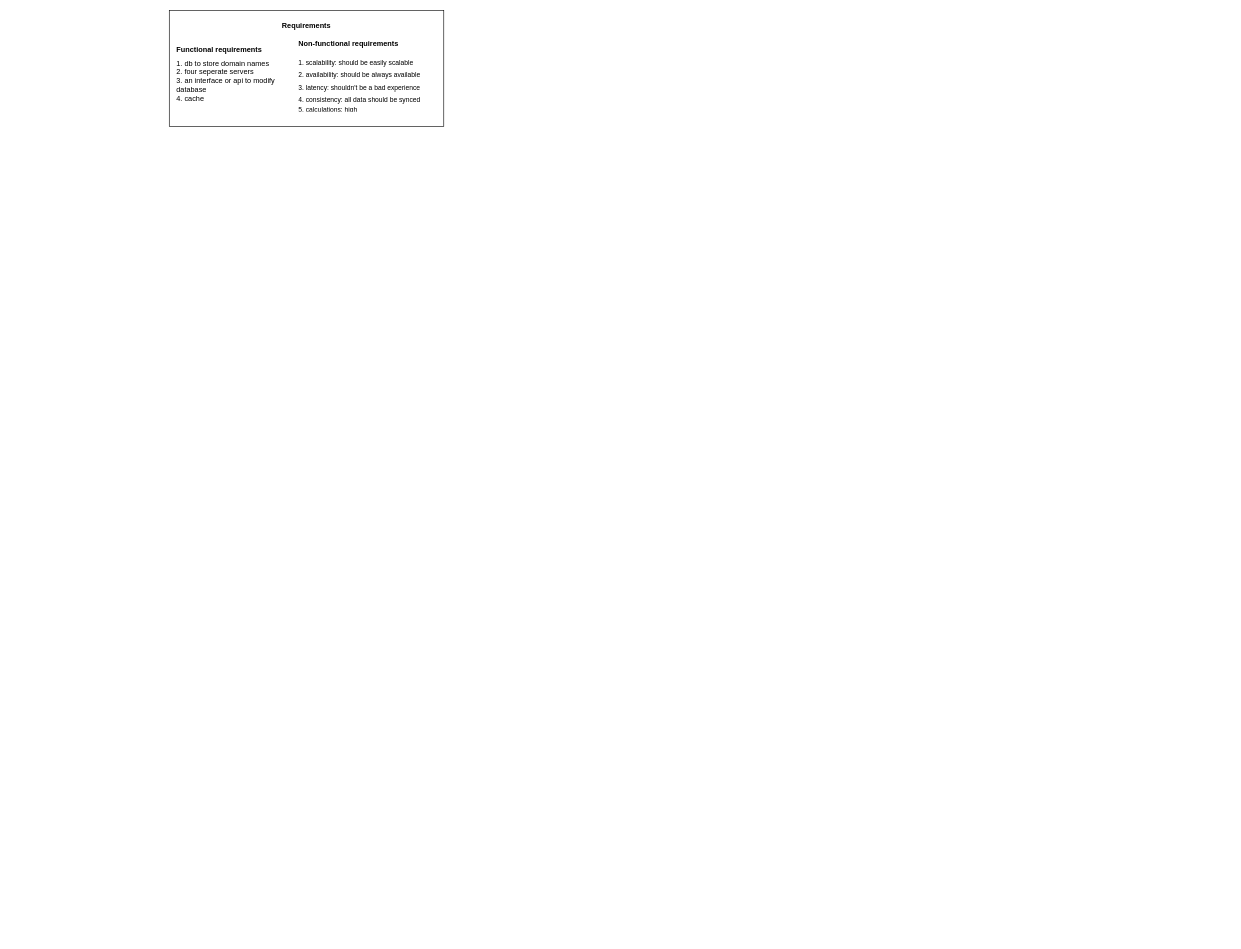
Above: page "high-level" (1 of 2) of ainaa.drawio in ahmed-elbehairy7/mafazaa-system-design (draw.io), before the change. Source tidied: cells renumbered, new cells numbered last; positions are measured from the earlier drawing's top-left corner, leaving out a move shared by most shapes. Both pictures are drawn from the tidied source at 61%, with x=0, y=0 at pixel (169, 10).
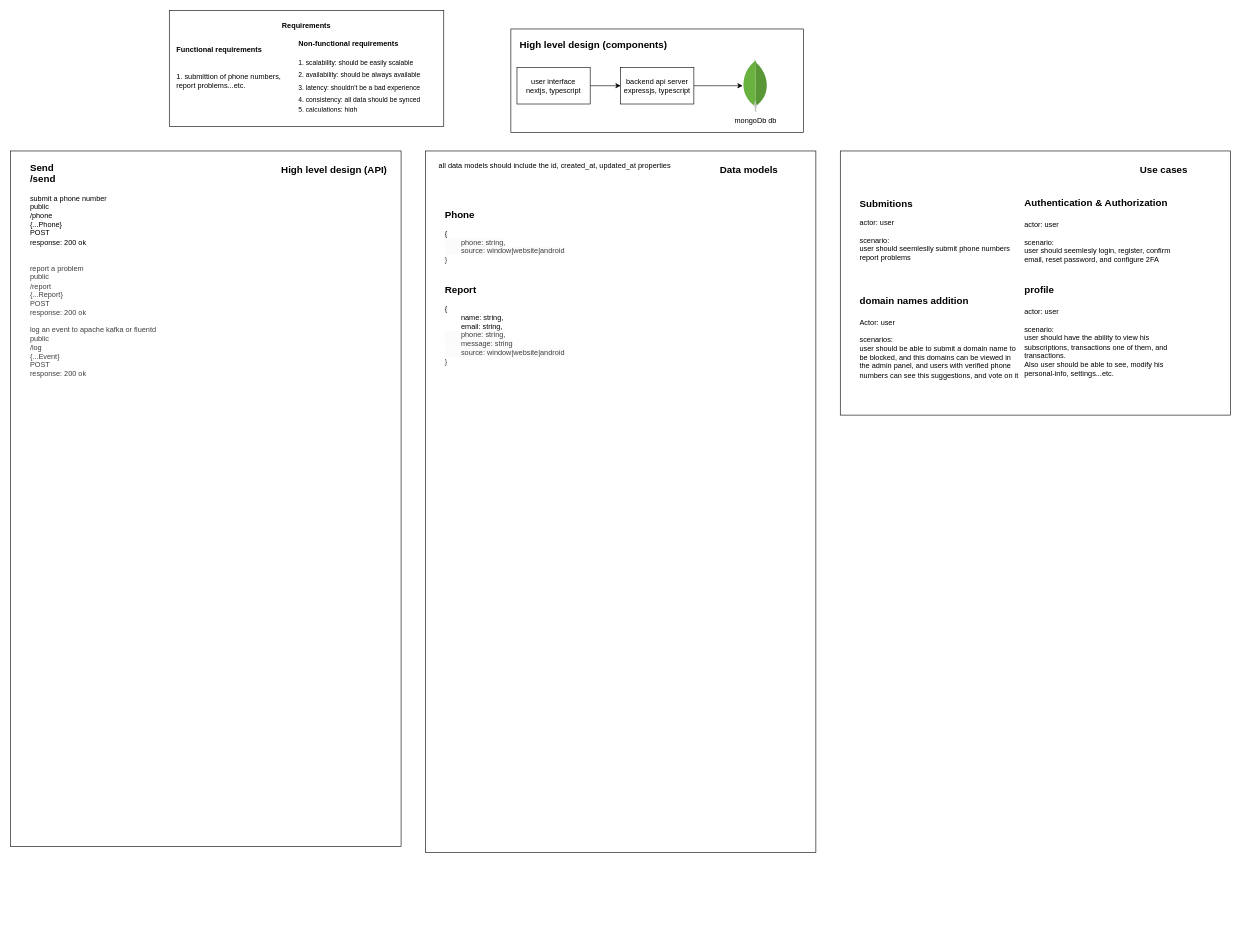
The same diagram, later.

The change refers to these unchanged cells:
```xml
<mxCell id="2" style="group;" parent="1" vertex="1">
  <mxGeometry width="450" height="190" as="geometry" />
</mxCell>
```

Change to the diagram source:
```diff
@@
-    <mxCell id="5" value="1. db to store domain names&lt;br&gt;2. four seperate servers&lt;div&gt;3. an interface or api to modify database&lt;br&gt;&lt;div&gt;4. cache&lt;/div&gt;&lt;/div&gt;" style="text;html=1;align=left;verticalAlign=middle;whiteSpace=wrap;rounded=0;fontSize=12;" parent="2" vertex="1">
+    <mxCell id="5" value="1. submittion of phone numbers, report problems...etc." style="text;html=1;align=left;verticalAlign=middle;whiteSpace=wrap;rounded=0;fontSize=12;" parent="2" vertex="1">
       <mxGeometry x="10" y="80" width="180" height="70" as="geometry" />
     </mxCell>
@@
+    <mxCell id="8" style="group;" parent="1" vertex="1">
+      <mxGeometry x="560" y="30" width="480" height="170" as="geometry" />
+    </mxCell>
+    <mxCell id="9" style="whiteSpace=wrap;html=1;fontSize=11;" parent="8" vertex="1">
+      <mxGeometry width="480" height="170" as="geometry" />
+    </mxCell>
+    <mxCell id="10" style="edgeStyle=orthogonalEdgeStyle;rounded=0;jettySize=auto;html=1;exitX=1;exitY=0.5;exitDx=0;exitDy=0;entryX=0;entryY=0.5;entryDx=0;entryDy=0;" parent="8" edge="1" source="11" target="13">
+      <mxGeometry relative="1" as="geometry" />
+    </mxCell>
+    <mxCell id="11" value="user interface&lt;div&gt;nextjs, typescript&lt;/div&gt;" style="rounded=0;whiteSpace=wrap;html=1;" parent="8" vertex="1">
+      <mxGeometry x="10" y="63" width="120" height="60" as="geometry" />
+    </mxCell>
+    <mxCell id="12" style="edgeStyle=orthogonalEdgeStyle;rounded=0;jettySize=auto;html=1;exitX=1;exitY=0.5;exitDx=0;exitDy=0;" parent="8" edge="1" source="13" target="14">
+      <mxGeometry relative="1" as="geometry" />
+    </mxCell>
+    <mxCell id="13" value="backend api server&lt;div&gt;expressjs, typescript&lt;/div&gt;" style="rounded=0;whiteSpace=wrap;html=1;" parent="8" vertex="1">
+      <mxGeometry x="180" y="63" width="120" height="60" as="geometry" />
+    </mxCell>
+    <mxCell id="14" value="mongoDb db" style="dashed=0;outlineConnect=0;html=1;align=center;labelPosition=center;verticalLabelPosition=bottom;verticalAlign=top;shape=mxgraph.weblogos.mongodb;" parent="8" vertex="1">
+      <mxGeometry x="380" y="50" width="41.2" height="86.2" as="geometry" />
+    </mxCell>
+    <mxCell id="15" value="&lt;font style=&quot;font-size: 16px;&quot;&gt;&lt;b&gt;High level design (components)&lt;/b&gt;&lt;/font&gt;" style="text;html=1;align=center;verticalAlign=middle;strokeColor=none;fillColor=none;" parent="8" vertex="1">
+      <mxGeometry y="10" width="270" height="30" as="geometry" />
+    </mxCell>
+    <mxCell id="16" style="group;" parent="1" vertex="1">
+      <mxGeometry x="-260" y="230" width="640" height="1140" as="geometry" />
+    </mxCell>
+    <mxCell id="17" style="whiteSpace=wrap;html=1;fontSize=11;" parent="16" vertex="1">
+      <mxGeometry width="640" height="1140" as="geometry" />
+    </mxCell>
+    <mxCell id="18" value="&lt;div&gt;&lt;span style=&quot;font-size: 16px;&quot;&gt;&lt;b&gt;Send&lt;/b&gt;&lt;/span&gt;&lt;/div&gt;&lt;font style=&quot;font-size: 16px;&quot;&gt;&lt;b&gt;/send&lt;/b&gt;&lt;/font&gt;&lt;div&gt;&lt;br&gt;&lt;/div&gt;&lt;div&gt;submit a phone number&lt;/div&gt;&lt;div&gt;public&lt;/div&gt;&lt;div&gt;/phone&lt;br&gt;{...Phone}&lt;/div&gt;&lt;div&gt;POST&lt;/div&gt;&lt;div&gt;response: 200 ok&lt;/div&gt;&lt;div&gt;&lt;br&gt;&lt;/div&gt;&lt;div&gt;&lt;br&gt;&lt;/div&gt;&lt;div&gt;&lt;div style=&quot;color: rgb(63, 63, 63); scrollbar-color: rgb(226, 226, 226) rgb(251, 251, 251);&quot;&gt;&lt;span style=&quot;color: rgb(63, 63, 63); background-color: transparent;&quot;&gt;report a problem&lt;br&gt;public&lt;/span&gt;&lt;/div&gt;&lt;div style=&quot;color: rgb(63, 63, 63); scrollbar-color: rgb(226, 226, 226) rgb(251, 251, 251);&quot;&gt;/report&lt;br style=&quot;color: rgb(63, 63, 63); scrollbar-color: rgb(226, 226, 226) rgb(251, 251, 251);&quot;&gt;{...Report}&lt;/div&gt;&lt;div style=&quot;color: rgb(63, 63, 63); scrollbar-color: rgb(226, 226, 226) rgb(251, 251, 251);&quot;&gt;POST&lt;/div&gt;&lt;div style=&quot;color: rgb(63, 63, 63); scrollbar-color: rgb(226, 226, 226) rgb(251, 251, 251);&quot;&gt;response: 200 ok&lt;br&gt;&lt;br&gt;&lt;div style=&quot;color: rgb(63, 63, 63); scrollbar-color: rgb(226, 226, 226) rgb(251, 251, 251);&quot;&gt;log an event to apache kafka or fluentd&lt;/div&gt;&lt;div style=&quot;color: rgb(63, 63, 63); scrollbar-color: rgb(226, 226, 226) rgb(251, 251, 251);&quot;&gt;public&lt;/div&gt;&lt;div style=&quot;color: rgb(63, 63, 63); scrollbar-color: rgb(226, 226, 226) rgb(251, 251, 251);&quot;&gt;/log&lt;br style=&quot;color: rgb(63, 63, 63); scrollbar-color: rgb(226, 226, 226) rgb(251, 251, 251);&quot;&gt;{...Event}&lt;/div&gt;&lt;div style=&quot;color: rgb(63, 63, 63); scrollbar-color: rgb(226, 226, 226) rgb(251, 251, 251);&quot;&gt;POST&lt;/div&gt;&lt;div style=&quot;color: rgb(63, 63, 63); scrollbar-color: rgb(226, 226, 226) rgb(251, 251, 251);&quot;&gt;response: 200 ok&lt;/div&gt;&lt;/div&gt;&lt;/div&gt;" style="text;html=1;align=left;verticalAlign=middle;strokeColor=none;fillColor=none;" parent="16" vertex="1">
+      <mxGeometry x="30" y="10" width="230" height="370" as="geometry" />
+    </mxCell>
+    <mxCell id="19" value="&lt;font style=&quot;font-size: 16px;&quot;&gt;&lt;b&gt;High level design (API)&lt;/b&gt;&lt;/font&gt;" style="text;html=1;align=center;verticalAlign=middle;strokeColor=none;fillColor=none;" parent="16" vertex="1">
+      <mxGeometry x="430" y="15.3" width="200" height="30" as="geometry" />
+    </mxCell>
+    <mxCell id="20" style="group;" parent="1" vertex="1">
+      <mxGeometry x="420" y="230" width="640" height="1290" as="geometry" />
+    </mxCell>
+    <mxCell id="21" style="whiteSpace=wrap;html=1;fontSize=11;" parent="20" vertex="1">
+      <mxGeometry width="640" height="1150" as="geometry" />
+    </mxCell>
+    <mxCell id="22" value="&lt;div&gt;&lt;b style=&quot;font-size: 16px; color: light-dark(rgb(0, 0, 0), rgb(255, 255, 255)); background-color: light-dark(#ffffff, var(--ge-dark-color, #121212));&quot;&gt;Phone&lt;/b&gt;&lt;/div&gt;&lt;div&gt;&lt;span style=&quot;background-color: light-dark(#ffffff, var(--ge-dark-color, #121212));&quot;&gt;&lt;br&gt;&lt;/span&gt;&lt;/div&gt;&lt;div&gt;&lt;span style=&quot;background-color: light-dark(#ffffff, var(--ge-dark-color, #121212));&quot;&gt;{&lt;/span&gt;&lt;/div&gt;&lt;div&gt;&lt;span style=&quot;color: rgb(63, 63, 63);&quot;&gt;&lt;span style=&quot;background-color: rgb(251, 251, 251);&quot;&gt;&lt;span style=&quot;white-space: pre;&quot;&gt;&#9;&lt;/span&gt;phone: string,&lt;/span&gt;&lt;/span&gt;&lt;/div&gt;&lt;div&gt;&lt;span style=&quot;color: rgb(63, 63, 63);&quot;&gt;&lt;span style=&quot;background-color: rgb(251, 251, 251);&quot;&gt;&lt;span style=&quot;white-space: pre;&quot;&gt;&#9;&lt;/span&gt;source: window|website|android&lt;br&gt;&lt;/span&gt;}&lt;/span&gt;&lt;/div&gt;" style="text;html=1;align=left;verticalAlign=middle;strokeColor=none;fillColor=none;" parent="20" vertex="1">
+      <mxGeometry x="30" y="90" width="220" height="100" as="geometry" />
+    </mxCell>
+    <mxCell id="23" value="&lt;font style=&quot;font-size: 16px;&quot;&gt;&lt;b&gt;Data models&lt;/b&gt;&lt;/font&gt;" style="text;html=1;align=center;verticalAlign=middle;strokeColor=none;fillColor=none;" parent="20" vertex="1">
+      <mxGeometry x="470" y="15" width="120" height="30" as="geometry" />
+    </mxCell>
+    <mxCell id="24" value="&lt;span style=&quot;background-color: rgb(255, 255, 255);&quot;&gt;all data models should include the id, created_at, updated_at properties&lt;/span&gt;" style="text;html=1;align=left;verticalAlign=middle;strokeColor=none;fillColor=none;" parent="20" vertex="1">
+      <mxGeometry x="20" y="10" width="400" height="30" as="geometry" />
+    </mxCell>
+    <mxCell id="25" value="&lt;div&gt;&lt;b style=&quot;font-size: 16px; color: light-dark(rgb(0, 0, 0), rgb(255, 255, 255)); background-color: light-dark(#ffffff, var(--ge-dark-color, #121212));&quot;&gt;Report&lt;/b&gt;&lt;/div&gt;&lt;div&gt;&lt;span style=&quot;background-color: light-dark(#ffffff, var(--ge-dark-color, #121212));&quot;&gt;&lt;br&gt;&lt;/span&gt;&lt;/div&gt;&lt;div&gt;&lt;span style=&quot;background-color: light-dark(#ffffff, var(--ge-dark-color, #121212));&quot;&gt;{&lt;br&gt;&lt;span style=&quot;white-space: pre;&quot;&gt;&#9;&lt;/span&gt;name: string,&lt;br&gt;&lt;span style=&quot;white-space: pre;&quot;&gt;&#9;&lt;/span&gt;email: string,&lt;br&gt;&lt;/span&gt;&lt;/div&gt;&lt;div&gt;&lt;span style=&quot;color: rgb(63, 63, 63);&quot;&gt;&lt;span style=&quot;background-color: rgb(251, 251, 251);&quot;&gt;&lt;span style=&quot;white-space: pre;&quot;&gt;&#9;&lt;/span&gt;phone: string,&lt;br&gt;&lt;span style=&quot;white-space: pre;&quot;&gt;&#9;&lt;/span&gt;message: string&lt;br&gt;&lt;/span&gt;&lt;/span&gt;&lt;/div&gt;&lt;div&gt;&lt;span style=&quot;color: rgb(63, 63, 63);&quot;&gt;&lt;span style=&quot;background-color: rgb(251, 251, 251);&quot;&gt;&lt;span style=&quot;white-space: pre;&quot;&gt;&#9;&lt;/span&gt;source: window|website|android&lt;br&gt;&lt;/span&gt;}&lt;/span&gt;&lt;/div&gt;" style="text;html=1;align=left;verticalAlign=middle;strokeColor=none;fillColor=none;" parent="20" vertex="1">
+      <mxGeometry x="30" y="210" width="220" height="150" as="geometry" />
+    </mxCell>
+    <mxCell id="26" style="group;" parent="1" vertex="1">
+      <mxGeometry x="1100" y="230" width="640" height="433" as="geometry" />
+    </mxCell>
+    <mxCell id="27" style="whiteSpace=wrap;html=1;fontSize=11;" parent="26" vertex="1">
+      <mxGeometry width="640" height="433" as="geometry" />
+    </mxCell>
+    <mxCell id="28" value="&lt;div&gt;&lt;b style=&quot;font-size: 16px; background-color: transparent; color: light-dark(rgb(0, 0, 0), rgb(255, 255, 255));&quot;&gt;Submitions&lt;/b&gt;&lt;/div&gt;&lt;div&gt;&lt;br&gt;&lt;/div&gt;&lt;div&gt;actor: user&lt;/div&gt;&lt;div&gt;&lt;br&gt;&lt;/div&gt;&lt;div&gt;scenario:&lt;/div&gt;&lt;div&gt;user should seemleslly submit phone numbers&lt;br&gt;report problems&lt;/div&gt;" style="text;html=1;align=left;verticalAlign=middle;strokeColor=none;fillColor=none;" parent="26" vertex="1">
+      <mxGeometry x="30" y="70" width="270" height="120" as="geometry" />
+    </mxCell>
+    <mxCell id="29" value="&lt;font style=&quot;font-size: 16px;&quot;&gt;&lt;b&gt;Use cases&lt;/b&gt;&lt;/font&gt;" style="text;html=1;align=center;verticalAlign=middle;strokeColor=none;fillColor=none;" parent="26" vertex="1">
+      <mxGeometry x="480" y="15" width="100" height="30" as="geometry" />
+    </mxCell>
+    <mxCell id="30" value="&lt;div&gt;&lt;span style=&quot;font-size: 16px;&quot;&gt;&lt;b&gt;domain names addition&lt;br&gt;&lt;br&gt;&lt;/b&gt;&lt;/span&gt;&lt;/div&gt;&lt;div&gt;Actor: user&lt;/div&gt;&lt;div&gt;&lt;br&gt;&lt;/div&gt;&lt;div&gt;&lt;span style=&quot;background-color: transparent; color: light-dark(rgb(0, 0, 0), rgb(255, 255, 255));&quot;&gt;scenarios:&lt;/span&gt;&lt;/div&gt;&lt;div&gt;user should be able to submit a domain name to&lt;br&gt;be blocked, and this domains can be viewed in &lt;br&gt;the admin panel, and users with verified phone&lt;br&gt;numbers can see this suggestions, and vote on it&lt;br&gt;&lt;/div&gt;" style="text;html=1;align=left;verticalAlign=middle;strokeColor=none;fillColor=none;" parent="26" vertex="1">
+      <mxGeometry x="30" y="230" width="280" height="150" as="geometry" />
+    </mxCell>
+    <mxCell id="31" value="&lt;div&gt;&lt;span style=&quot;font-size: 16px;&quot;&gt;&lt;b&gt;Authentication &amp;amp; Authorization&lt;/b&gt;&lt;/span&gt;&lt;/div&gt;&lt;div&gt;&lt;span style=&quot;font-size: 16px;&quot;&gt;&lt;b&gt;&lt;br&gt;&lt;/b&gt;&lt;/span&gt;&lt;/div&gt;&lt;div&gt;actor: user&lt;/div&gt;&lt;div&gt;&lt;br&gt;&lt;/div&gt;&lt;div&gt;scenario:&lt;/div&gt;&lt;div&gt;user should seemlesly login, register, confirm&lt;/div&gt;&lt;div&gt;email, reset password, and configure 2FA&lt;/div&gt;" style="text;html=1;align=left;verticalAlign=middle;strokeColor=none;fillColor=none;" parent="26" vertex="1">
+      <mxGeometry x="300" y="70" width="260" height="120" as="geometry" />
+    </mxCell>
+    <mxCell id="32" value="&lt;div&gt;&lt;span style=&quot;font-size: 16px;&quot;&gt;&lt;b&gt;profile&lt;/b&gt;&lt;/span&gt;&lt;/div&gt;&lt;div&gt;&lt;span style=&quot;font-size: 16px;&quot;&gt;&lt;b&gt;&lt;br&gt;&lt;/b&gt;&lt;/span&gt;&lt;/div&gt;&lt;div&gt;actor: user&lt;/div&gt;&lt;div&gt;&lt;br&gt;&lt;/div&gt;&lt;div&gt;scenario:&lt;/div&gt;&lt;div&gt;user should have the ability to view his&amp;nbsp;&lt;/div&gt;&lt;div&gt;subscriptions, transactions&amp;nbsp;&lt;span style=&quot;background-color: transparent; color: light-dark(rgb(0, 0, 0), rgb(255, 255, 255));&quot;&gt;one of them, and&amp;nbsp;&lt;/span&gt;&lt;/div&gt;&lt;div&gt;&lt;span style=&quot;background-color: transparent; color: light-dark(rgb(0, 0, 0), rgb(255, 255, 255));&quot;&gt;transactions.&amp;nbsp;&lt;/span&gt;&lt;/div&gt;&lt;div&gt;&lt;span style=&quot;background-color: transparent; color: light-dark(rgb(0, 0, 0), rgb(255, 255, 255));&quot;&gt;Also user should be&amp;nbsp;&lt;/span&gt;&lt;span style=&quot;background-color: transparent; color: light-dark(rgb(0, 0, 0), rgb(255, 255, 255));&quot;&gt;able to see, modify his&amp;nbsp;&lt;/span&gt;&lt;/div&gt;&lt;div&gt;&lt;span style=&quot;background-color: transparent; color: light-dark(rgb(0, 0, 0), rgb(255, 255, 255));&quot;&gt;personal-info, settings...etc.&lt;/span&gt;&lt;/div&gt;" style="text;html=1;align=left;verticalAlign=middle;strokeColor=none;fillColor=none;" parent="26" vertex="1">
+      <mxGeometry x="300" y="210" width="260" height="170" as="geometry" />
+    </mxCell>
```
